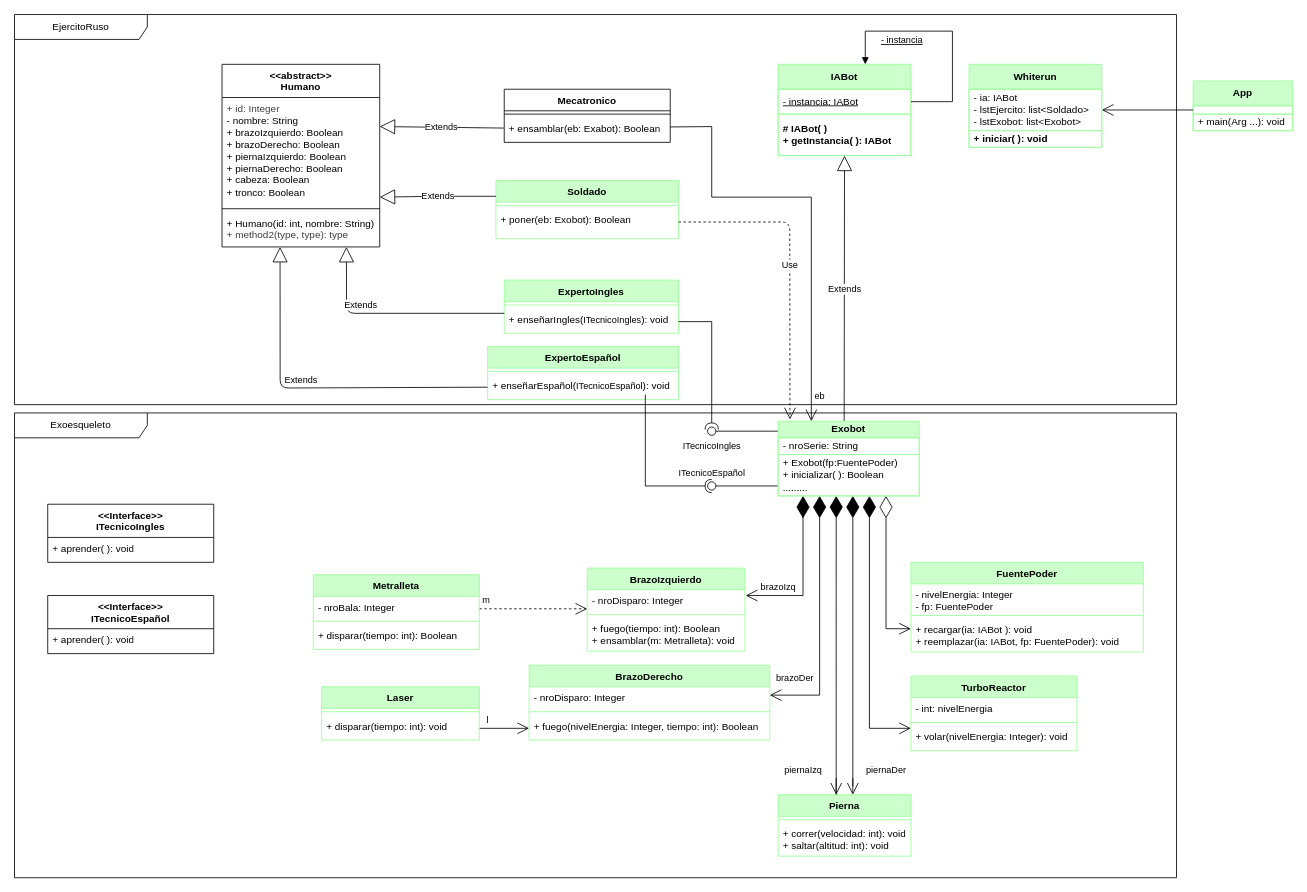
Earlier version of the draw.io diagram design/DiagramaCasoExobot.drawio (JhosuaS/exobotExam). Source tidied: cells renumbered, new cells numbered last; positions are measured from the earlier drawing's top-left corner, leaving out a move shared by most shapes. Both pictures are drawn from the tidied source at 83%, with x=0, y=0 at pixel (14, 14).
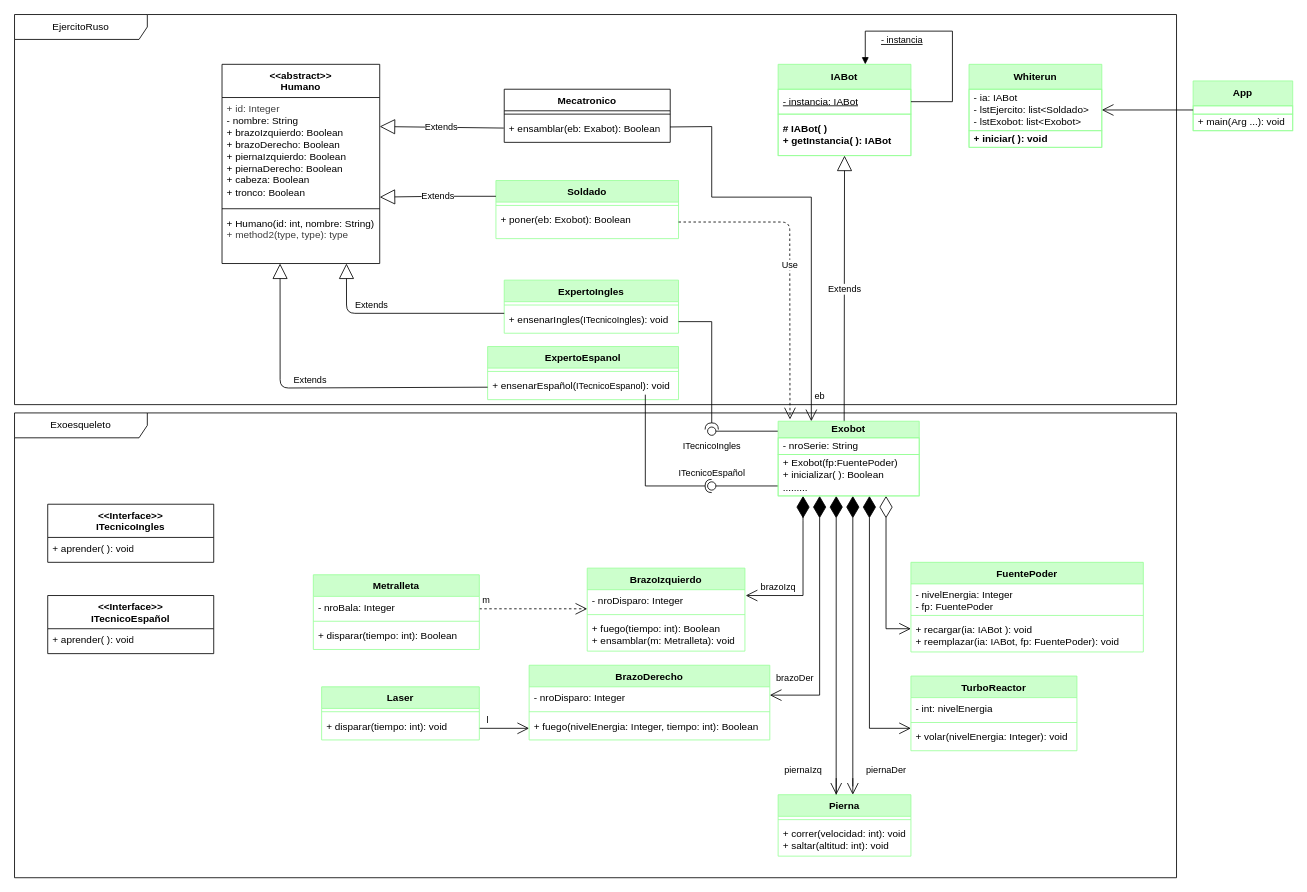
After the change.

Commit message (it also covers changes not shown here):
3ra clase revisada, añadidos diagramas con IA y code.txt que recopila todo el código actual

Unchanged cells that the change refers to:
```xml
<mxCell id="13" value="ExpertoIngles" style="swimlane;fontStyle=1;align=center;verticalAlign=top;horizontal=1;startSize=26;whiteSpace=wrap;html=1;strokeColor=#99FF99;fillColor=#CCFFCC;" parent="1" vertex="1">
  <mxGeometry x="590" y="320" width="210" height="64" as="geometry" />
</mxCell>
```

Change to the diagram source:
```diff
@@
-    <mxCell id="15" value="+ enseñarIngles(&lt;span style=&quot;color: rgb(0, 0, 0); font-size: 11px; text-align: center; text-wrap-mode: nowrap; background-color: rgb(255, 255, 255);&quot;&gt;ITecnicoIngles&lt;/span&gt;): void" style="text;strokeColor=none;fillColor=none;align=left;verticalAlign=top;spacingLeft=4;spacingRight=4;overflow=hidden;points=[[0,0.5],[1,0.5]];portConstraint=eastwest;whiteSpace=wrap;html=1;" parent="13" vertex="1">
+    <mxCell id="15" value="+ ensenarIngles(&lt;span style=&quot;color: rgb(0, 0, 0); font-size: 11px; text-align: center; text-wrap-mode: nowrap; background-color: rgb(255, 255, 255);&quot;&gt;ITecnicoIngles&lt;/span&gt;): void" style="text;strokeColor=none;fillColor=none;align=left;verticalAlign=top;spacingLeft=4;spacingRight=4;overflow=hidden;points=[[0,0.5],[1,0.5]];portConstraint=eastwest;whiteSpace=wrap;html=1;" parent="13" vertex="1">
       <mxGeometry y="34" width="210" height="30" as="geometry" />
     </mxCell>
-    <mxCell id="16" value="ExpertoEspañol" style="swimlane;fontStyle=1;align=center;verticalAlign=top;horizontal=1;startSize=26;whiteSpace=wrap;html=1;strokeColor=#99FF99;fillColor=#CCFFCC;" parent="1" vertex="1">
+    <mxCell id="16" value="ExpertoEspanol" style="swimlane;fontStyle=1;align=center;verticalAlign=top;horizontal=1;startSize=26;whiteSpace=wrap;html=1;strokeColor=#99FF99;fillColor=#CCFFCC;" parent="1" vertex="1">
       <mxGeometry x="570" y="400" width="230" height="64" as="geometry" />
     </mxCell>
@@
-    <mxCell id="18" value="+ enseñarEspañol(&lt;span style=&quot;color: rgb(0, 0, 0); font-size: 11px; text-align: center; text-wrap-mode: nowrap; background-color: rgb(255, 255, 255);&quot;&gt;ITecnicoEspañol&lt;/span&gt;): void" style="text;strokeColor=none;fillColor=none;align=left;verticalAlign=top;spacingLeft=4;spacingRight=4;overflow=hidden;points=[[0,0.5],[1,0.5]];portConstraint=eastwest;whiteSpace=wrap;html=1;" parent="16" vertex="1">
+    <mxCell id="18" value="+ ensenarEspañol(&lt;span style=&quot;color: rgb(0, 0, 0); font-size: 11px; text-align: center; text-wrap-mode: nowrap; background-color: rgb(255, 255, 255);&quot;&gt;ITecnicoEspanol&lt;/span&gt;): void" style="text;strokeColor=none;fillColor=none;align=left;verticalAlign=top;spacingLeft=4;spacingRight=4;overflow=hidden;points=[[0,0.5],[1,0.5]];portConstraint=eastwest;whiteSpace=wrap;html=1;" parent="16" vertex="1">
       <mxGeometry y="34" width="230" height="30" as="geometry" />
     </mxCell>
@@
     <mxCell id="37" style="group;" parent="1" vertex="1">
-      <mxGeometry x="250" y="40" width="160" height="240" as="geometry" />
+      <mxGeometry x="250" y="40" width="190" height="260" as="geometry" />
     </mxCell>
     <mxCell id="38" value="&amp;lt;&amp;lt;abstract&amp;gt;&amp;gt;&lt;br&gt;Humano" style="swimlane;fontStyle=1;align=center;verticalAlign=top;horizontal=1;startSize=40;whiteSpace=wrap;html=1;" parent="37" vertex="1">
-      <mxGeometry y="20" width="190" height="220" as="geometry" />
+      <mxGeometry y="20" width="190" height="240" as="geometry" />
     </mxCell>
@@
     <mxCell id="41" value="+ Humano(id: int, nombre: String)&lt;div&gt;&lt;span style=&quot;color: rgb(63, 63, 63);&quot;&gt;+ method2(type,&amp;nbsp;&lt;/span&gt;&lt;span style=&quot;background-color: transparent; color: rgb(63, 63, 63);&quot;&gt;type&lt;/span&gt;&lt;span style=&quot;color: rgb(63, 63, 63); background-color: transparent;&quot;&gt;): type&lt;/span&gt;&lt;/div&gt;" style="text;strokeColor=none;fillColor=none;align=left;verticalAlign=top;spacingLeft=4;spacingRight=4;overflow=hidden;points=[[0,0.5],[1,0.5]];portConstraint=eastwest;whiteSpace=wrap;html=1;" parent="38" vertex="1">
-      <mxGeometry y="178" width="190" height="42" as="geometry" />
+      <mxGeometry y="178" width="190" height="62" as="geometry" />
     </mxCell>
```
